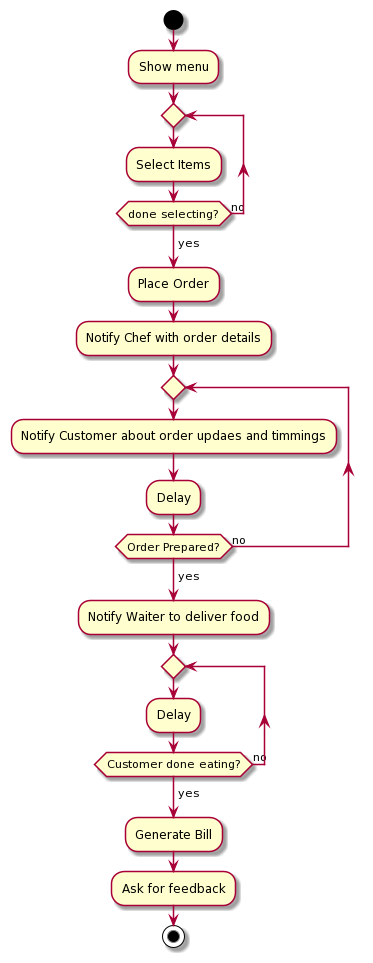
The PlantUML diagram UML Diagrams/activity diag.png in BITS-Smart/Smart-Restaurant, before a commit. Its diagram source:
```plantuml
@startuml
start
:Show menu;
repeat
  :Select Items;
repeat while (done selecting?) is (no )
->yes;
:Place Order;
:Notify Chef with order details;

repeat
  :Notify Customer about order updaes and timmings;
  :Delay;
repeat while (Order Prepared?) is (no )
->yes;
:Notify Waiter to deliver food;
repeat
  :Delay;
repeat while (Customer done eating?) is (no )
->yes;
:Generate Bill;
:Ask for feedback;
stop
@enduml
```
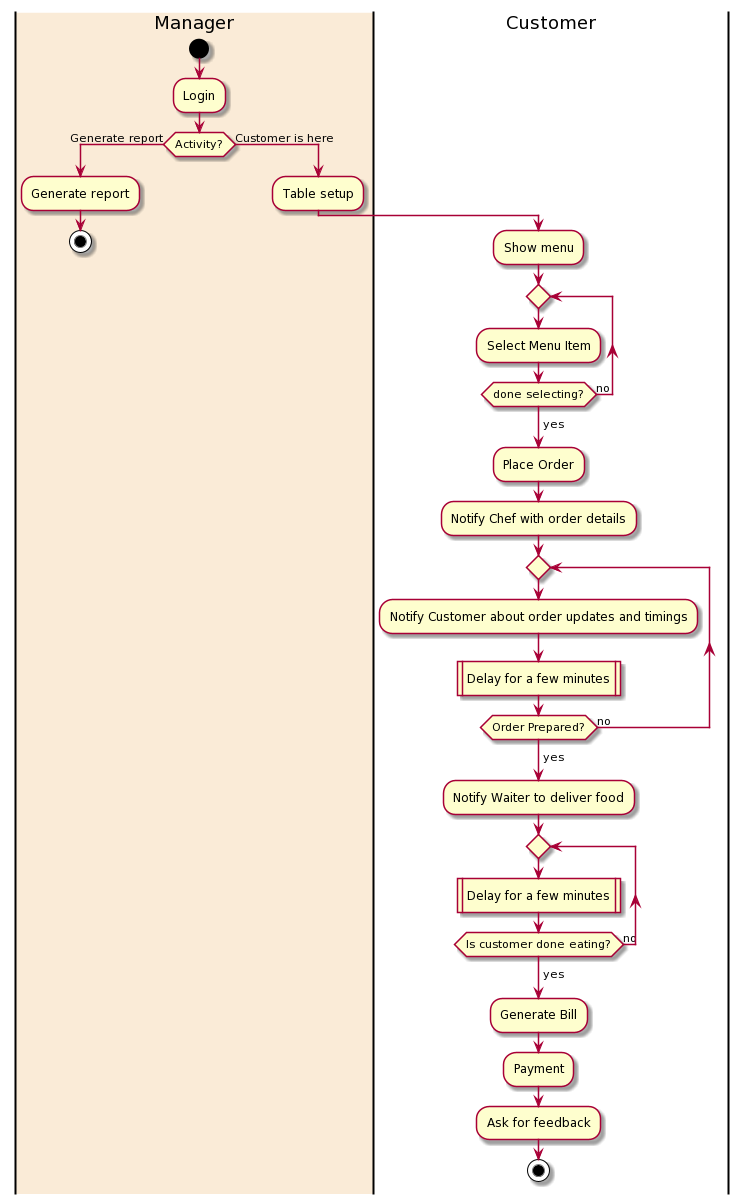
The same file after the commit.

Diff of the diagram source:
```diff
@@ -1,24 +1,36 @@
 @startuml
+|#AntiqueWhite|Manager|
 start
+:Login;
+if (Activity?) is (Generate report) then
+:Generate report;
+stop
+else (Customer is here)
+:Table setup;
+|Customer|
 :Show menu;
 repeat
-  :Select Items;
+ :Select Menu Item;
 repeat while (done selecting?) is (no )
 ->yes;
 :Place Order;
 :Notify Chef with order details;
 
 repeat
-  :Notify Customer about order updaes and timmings;
-  :Delay;
+  :Notify Customer about order updates and timings;
+  :Delay for a few minutes|
 repeat while (Order Prepared?) is (no )
 ->yes;
 :Notify Waiter to deliver food;
 repeat
-  :Delay;
-repeat while (Customer done eating?) is (no )
+  :Delay for a few minutes|
+repeat while (Is customer done eating?) is (no )
 ->yes;
 :Generate Bill;
+:Payment;
 :Ask for feedback;
+
 stop
+
+
 @enduml
```
